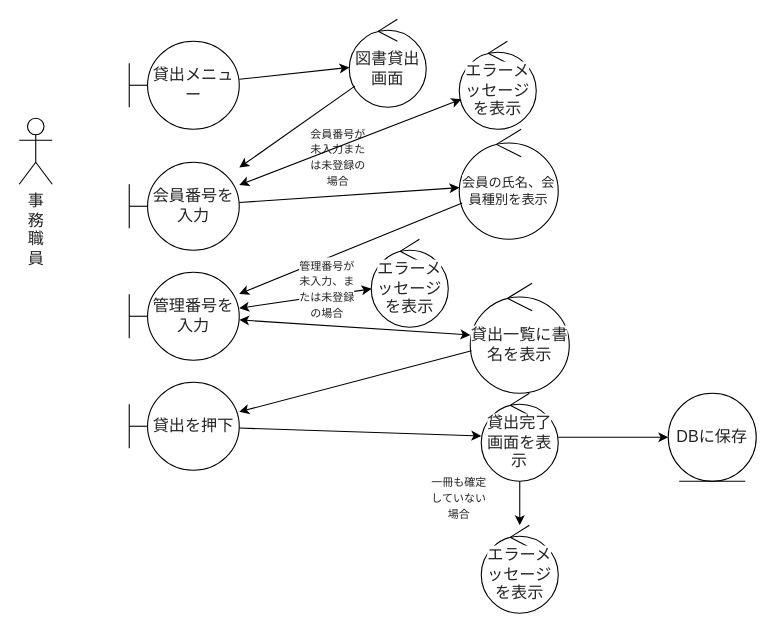
Before: roba_02.drawio in mameiku/group3-4-No.2, a draw.io diagram. Source tidied: cells renumbered, new cells numbered last; positions are measured from the earlier drawing's top-left corner, leaving out a move shared by most shapes. Both pictures are drawn from the tidied source at 110%, with x=0, y=0 at pixel (19, 19).
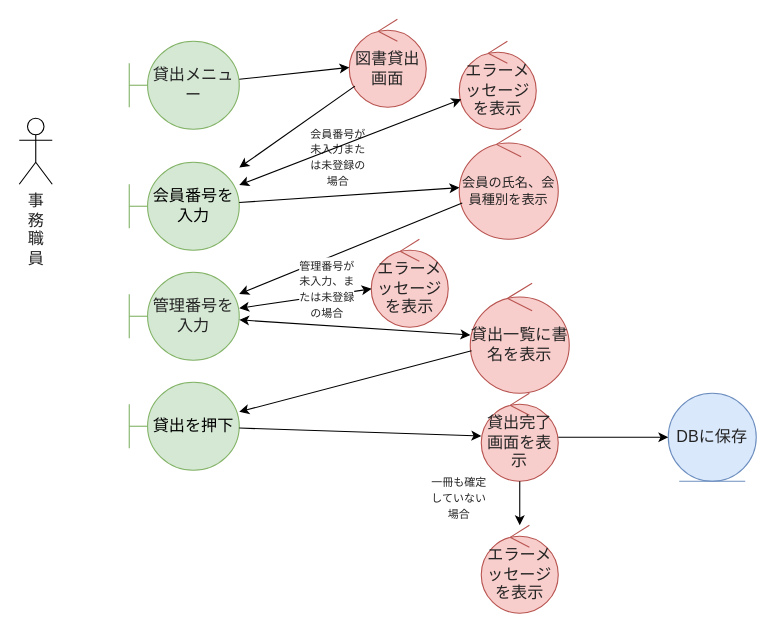
Above is the later version.

What changed in the source:
```diff
@@
-    <mxCell id="3" value="&lt;span style=&quot;color: rgb(36, 36, 36); font-family: &amp;quot;Yu Gothic&amp;quot;, &amp;quot;Meiryo UI&amp;quot;, &amp;quot;MS UI Gothic&amp;quot;, &amp;quot;MS PGothic&amp;quot;, &amp;quot;ＭＳ Ｐゴシック&amp;quot;, &amp;quot;MS Gothic&amp;quot;, &amp;quot;ＭＳ ゴシック&amp;quot;, Calibri, &amp;quot;sans-serif&amp;quot;, &amp;quot;Mongolian Baiti&amp;quot;, &amp;quot;Microsoft Yi Baiti&amp;quot;, &amp;quot;Javanese Text&amp;quot;; font-size: 14.6667px; text-align: left; white-space-collapse: preserve; background-color: rgb(255, 255, 255);&quot;&gt;貸出メニュー&lt;/span&gt;" style="shape=umlBoundary;whiteSpace=wrap;html=1;" parent="1" vertex="1">
+    <mxCell id="3" value="&lt;span style=&quot;color: rgb(36, 36, 36); font-family: &amp;quot;Yu Gothic&amp;quot;, &amp;quot;Meiryo UI&amp;quot;, &amp;quot;MS UI Gothic&amp;quot;, &amp;quot;MS PGothic&amp;quot;, &amp;quot;ＭＳ Ｐゴシック&amp;quot;, &amp;quot;MS Gothic&amp;quot;, &amp;quot;ＭＳ ゴシック&amp;quot;, Calibri, &amp;quot;sans-serif&amp;quot;, &amp;quot;Mongolian Baiti&amp;quot;, &amp;quot;Microsoft Yi Baiti&amp;quot;, &amp;quot;Javanese Text&amp;quot;; font-size: 14.6667px; text-align: left; white-space-collapse: preserve;&quot;&gt;貸出メニュー&lt;/span&gt;" style="shape=umlBoundary;whiteSpace=wrap;html=1;fillColor=#d5e8d4;strokeColor=#82b366;" parent="1" vertex="1">
       <mxGeometry x="100" y="20" width="100" height="80" as="geometry" />
     </mxCell>
-    <mxCell id="4" value="&lt;span style=&quot;color: rgb(36, 36, 36); font-family: &amp;quot;Yu Gothic&amp;quot;, &amp;quot;Meiryo UI&amp;quot;, &amp;quot;MS UI Gothic&amp;quot;, &amp;quot;MS PGothic&amp;quot;, &amp;quot;ＭＳ Ｐゴシック&amp;quot;, &amp;quot;MS Gothic&amp;quot;, &amp;quot;ＭＳ ゴシック&amp;quot;, Calibri, &amp;quot;sans-serif&amp;quot;, &amp;quot;Mongolian Baiti&amp;quot;, &amp;quot;Microsoft Yi Baiti&amp;quot;, &amp;quot;Javanese Text&amp;quot;; font-size: 14.6667px; text-align: left; white-space-collapse: preserve; background-color: rgb(255, 255, 255);&quot;&gt;会員番号を入力&lt;/span&gt;" style="shape=umlBoundary;whiteSpace=wrap;html=1;" parent="1" vertex="1">
+    <mxCell id="4" value="&lt;span style=&quot;font-family: &amp;quot;Yu Gothic&amp;quot;, &amp;quot;Meiryo UI&amp;quot;, &amp;quot;MS UI Gothic&amp;quot;, &amp;quot;MS PGothic&amp;quot;, &amp;quot;ＭＳ Ｐゴシック&amp;quot;, &amp;quot;MS Gothic&amp;quot;, &amp;quot;ＭＳ ゴシック&amp;quot;, Calibri, &amp;quot;sans-serif&amp;quot;, &amp;quot;Mongolian Baiti&amp;quot;, &amp;quot;Microsoft Yi Baiti&amp;quot;, &amp;quot;Javanese Text&amp;quot;; font-size: 14.6667px; text-align: left; white-space-collapse: preserve;&quot;&gt;会員番号を入力&lt;/span&gt;" style="shape=umlBoundary;whiteSpace=wrap;html=1;fillColor=#d5e8d4;strokeColor=#82b366;fontColor=default;labelBackgroundColor=none;" parent="1" vertex="1">
       <mxGeometry x="100" y="130" width="100" height="80" as="geometry" />
     </mxCell>
-    <mxCell id="5" value="&lt;span style=&quot;color: rgb(36, 36, 36); font-family: &amp;quot;Yu Gothic&amp;quot;, &amp;quot;Meiryo UI&amp;quot;, &amp;quot;MS UI Gothic&amp;quot;, &amp;quot;MS PGothic&amp;quot;, &amp;quot;ＭＳ Ｐゴシック&amp;quot;, &amp;quot;MS Gothic&amp;quot;, &amp;quot;ＭＳ ゴシック&amp;quot;, Calibri, &amp;quot;sans-serif&amp;quot;, &amp;quot;Mongolian Baiti&amp;quot;, &amp;quot;Microsoft Yi Baiti&amp;quot;, &amp;quot;Javanese Text&amp;quot;; font-size: 14.6667px; text-align: left; white-space-collapse: preserve; background-color: rgb(255, 255, 255);&quot;&gt;図書貸出画面&lt;/span&gt;" style="ellipse;shape=umlControl;whiteSpace=wrap;html=1;" parent="1" vertex="1">
+    <mxCell id="5" value="&lt;span style=&quot;color: rgb(36, 36, 36); font-family: &amp;quot;Yu Gothic&amp;quot;, &amp;quot;Meiryo UI&amp;quot;, &amp;quot;MS UI Gothic&amp;quot;, &amp;quot;MS PGothic&amp;quot;, &amp;quot;ＭＳ Ｐゴシック&amp;quot;, &amp;quot;MS Gothic&amp;quot;, &amp;quot;ＭＳ ゴシック&amp;quot;, Calibri, &amp;quot;sans-serif&amp;quot;, &amp;quot;Mongolian Baiti&amp;quot;, &amp;quot;Microsoft Yi Baiti&amp;quot;, &amp;quot;Javanese Text&amp;quot;; font-size: 14.6667px; text-align: left; white-space-collapse: preserve;&quot;&gt;図書貸出画面&lt;/span&gt;" style="ellipse;shape=umlControl;whiteSpace=wrap;html=1;fillColor=#f8cecc;strokeColor=#b85450;labelBackgroundColor=none;" parent="1" vertex="1">
       <mxGeometry x="300" width="70" height="80" as="geometry" />
     </mxCell>
-    <mxCell id="6" value="&lt;span style=&quot;color: rgb(36, 36, 36); font-family: &amp;quot;Yu Gothic&amp;quot;, &amp;quot;Meiryo UI&amp;quot;, &amp;quot;MS UI Gothic&amp;quot;, &amp;quot;MS PGothic&amp;quot;, &amp;quot;ＭＳ Ｐゴシック&amp;quot;, &amp;quot;MS Gothic&amp;quot;, &amp;quot;ＭＳ ゴシック&amp;quot;, Calibri, &amp;quot;sans-serif&amp;quot;, &amp;quot;Mongolian Baiti&amp;quot;, &amp;quot;Microsoft Yi Baiti&amp;quot;, &amp;quot;Javanese Text&amp;quot;; text-align: left; white-space-collapse: preserve; background-color: rgb(255, 255, 255);&quot;&gt;&lt;font style=&quot;font-size: 12px;&quot;&gt;会員の氏名、会員種別を表示&lt;/font&gt;&lt;/span&gt;" style="ellipse;shape=umlControl;whiteSpace=wrap;html=1;" parent="1" vertex="1">
+    <mxCell id="6" value="&lt;span style=&quot;color: rgb(36, 36, 36); font-family: &amp;quot;Yu Gothic&amp;quot;, &amp;quot;Meiryo UI&amp;quot;, &amp;quot;MS UI Gothic&amp;quot;, &amp;quot;MS PGothic&amp;quot;, &amp;quot;ＭＳ Ｐゴシック&amp;quot;, &amp;quot;MS Gothic&amp;quot;, &amp;quot;ＭＳ ゴシック&amp;quot;, Calibri, &amp;quot;sans-serif&amp;quot;, &amp;quot;Mongolian Baiti&amp;quot;, &amp;quot;Microsoft Yi Baiti&amp;quot;, &amp;quot;Javanese Text&amp;quot;; text-align: left; white-space-collapse: preserve;&quot;&gt;&lt;font style=&quot;font-size: 12px;&quot;&gt;会員の氏名、会員種別を表示&lt;/font&gt;&lt;/span&gt;" style="ellipse;shape=umlControl;whiteSpace=wrap;html=1;fillColor=#f8cecc;strokeColor=#b85450;labelBackgroundColor=none;" parent="1" vertex="1">
       <mxGeometry x="400" y="100" width="90" height="100" as="geometry" />
     </mxCell>
-    <mxCell id="7" value="&lt;span style=&quot;color: rgb(36, 36, 36); font-family: &amp;quot;Yu Gothic&amp;quot;, &amp;quot;Meiryo UI&amp;quot;, &amp;quot;MS UI Gothic&amp;quot;, &amp;quot;MS PGothic&amp;quot;, &amp;quot;ＭＳ Ｐゴシック&amp;quot;, &amp;quot;MS Gothic&amp;quot;, &amp;quot;ＭＳ ゴシック&amp;quot;, Calibri, &amp;quot;sans-serif&amp;quot;, &amp;quot;Mongolian Baiti&amp;quot;, &amp;quot;Microsoft Yi Baiti&amp;quot;, &amp;quot;Javanese Text&amp;quot;; font-size: 14.6667px; text-align: left; white-space-collapse: preserve; background-color: rgb(255, 255, 255);&quot;&gt;管理番号を入力&lt;/span&gt;" style="shape=umlBoundary;whiteSpace=wrap;html=1;" parent="1" vertex="1">
+    <mxCell id="7" value="&lt;span style=&quot;color: rgb(36, 36, 36); font-family: &amp;quot;Yu Gothic&amp;quot;, &amp;quot;Meiryo UI&amp;quot;, &amp;quot;MS UI Gothic&amp;quot;, &amp;quot;MS PGothic&amp;quot;, &amp;quot;ＭＳ Ｐゴシック&amp;quot;, &amp;quot;MS Gothic&amp;quot;, &amp;quot;ＭＳ ゴシック&amp;quot;, Calibri, &amp;quot;sans-serif&amp;quot;, &amp;quot;Mongolian Baiti&amp;quot;, &amp;quot;Microsoft Yi Baiti&amp;quot;, &amp;quot;Javanese Text&amp;quot;; font-size: 14.6667px; text-align: left; white-space-collapse: preserve;&quot;&gt;管理番号を入力&lt;/span&gt;" style="shape=umlBoundary;whiteSpace=wrap;html=1;fillColor=#d5e8d4;strokeColor=#82b366;labelBackgroundColor=none;" parent="1" vertex="1">
       <mxGeometry x="100" y="230" width="100" height="80" as="geometry" />
     </mxCell>
-    <mxCell id="8" value="&lt;span style=&quot;color: rgb(36, 36, 36); font-family: &amp;quot;Yu Gothic&amp;quot;, &amp;quot;Meiryo UI&amp;quot;, &amp;quot;MS UI Gothic&amp;quot;, &amp;quot;MS PGothic&amp;quot;, &amp;quot;ＭＳ Ｐゴシック&amp;quot;, &amp;quot;MS Gothic&amp;quot;, &amp;quot;ＭＳ ゴシック&amp;quot;, Calibri, &amp;quot;sans-serif&amp;quot;, &amp;quot;Mongolian Baiti&amp;quot;, &amp;quot;Microsoft Yi Baiti&amp;quot;, &amp;quot;Javanese Text&amp;quot;; font-size: 14.6667px; text-align: left; white-space-collapse: preserve; background-color: rgb(255, 255, 255);&quot;&gt;貸出一覧に書名を表示&lt;/span&gt;" style="ellipse;shape=umlControl;whiteSpace=wrap;html=1;" parent="1" vertex="1">
+    <mxCell id="8" value="&lt;span style=&quot;color: rgb(36, 36, 36); font-family: &amp;quot;Yu Gothic&amp;quot;, &amp;quot;Meiryo UI&amp;quot;, &amp;quot;MS UI Gothic&amp;quot;, &amp;quot;MS PGothic&amp;quot;, &amp;quot;ＭＳ Ｐゴシック&amp;quot;, &amp;quot;MS Gothic&amp;quot;, &amp;quot;ＭＳ ゴシック&amp;quot;, Calibri, &amp;quot;sans-serif&amp;quot;, &amp;quot;Mongolian Baiti&amp;quot;, &amp;quot;Microsoft Yi Baiti&amp;quot;, &amp;quot;Javanese Text&amp;quot;; font-size: 14.6667px; text-align: left; white-space-collapse: preserve;&quot;&gt;貸出一覧に書名を表示&lt;/span&gt;" style="ellipse;shape=umlControl;whiteSpace=wrap;html=1;fillColor=#f8cecc;strokeColor=#b85450;labelBackgroundColor=none;" parent="1" vertex="1">
       <mxGeometry x="410" y="240" width="90" height="100" as="geometry" />
     </mxCell>
@@
-    <mxCell id="13" value="&lt;span style=&quot;color: rgb(36, 36, 36); font-family: &amp;quot;Yu Gothic&amp;quot;, &amp;quot;Meiryo UI&amp;quot;, &amp;quot;MS UI Gothic&amp;quot;, &amp;quot;MS PGothic&amp;quot;, &amp;quot;ＭＳ Ｐゴシック&amp;quot;, &amp;quot;MS Gothic&amp;quot;, &amp;quot;ＭＳ ゴシック&amp;quot;, Calibri, &amp;quot;sans-serif&amp;quot;, &amp;quot;Mongolian Baiti&amp;quot;, &amp;quot;Microsoft Yi Baiti&amp;quot;, &amp;quot;Javanese Text&amp;quot;; font-size: 14.6667px; text-align: left; white-space-collapse: preserve; background-color: rgb(255, 255, 255);&quot;&gt;貸出完了画面を表示&lt;/span&gt;" style="ellipse;shape=umlControl;whiteSpace=wrap;html=1;" parent="1" vertex="1">
+    <mxCell id="13" value="&lt;span style=&quot;color: rgb(36, 36, 36); font-family: &amp;quot;Yu Gothic&amp;quot;, &amp;quot;Meiryo UI&amp;quot;, &amp;quot;MS UI Gothic&amp;quot;, &amp;quot;MS PGothic&amp;quot;, &amp;quot;ＭＳ Ｐゴシック&amp;quot;, &amp;quot;MS Gothic&amp;quot;, &amp;quot;ＭＳ ゴシック&amp;quot;, Calibri, &amp;quot;sans-serif&amp;quot;, &amp;quot;Mongolian Baiti&amp;quot;, &amp;quot;Microsoft Yi Baiti&amp;quot;, &amp;quot;Javanese Text&amp;quot;; font-size: 14.6667px; text-align: left; white-space-collapse: preserve;&quot;&gt;貸出完了画面を表示&lt;/span&gt;" style="ellipse;shape=umlControl;whiteSpace=wrap;html=1;fillColor=#f8cecc;strokeColor=#b85450;labelBackgroundColor=none;" parent="1" vertex="1">
       <mxGeometry x="420" y="340" width="70" height="80" as="geometry" />
     </mxCell>
-    <mxCell id="14" value="&lt;span style=&quot;color: rgb(36, 36, 36); font-family: &amp;quot;Yu Gothic&amp;quot;, &amp;quot;Meiryo UI&amp;quot;, &amp;quot;MS UI Gothic&amp;quot;, &amp;quot;MS PGothic&amp;quot;, &amp;quot;ＭＳ Ｐゴシック&amp;quot;, &amp;quot;MS Gothic&amp;quot;, &amp;quot;ＭＳ ゴシック&amp;quot;, Calibri, &amp;quot;sans-serif&amp;quot;, &amp;quot;Mongolian Baiti&amp;quot;, &amp;quot;Microsoft Yi Baiti&amp;quot;, &amp;quot;Javanese Text&amp;quot;; font-size: 14.6667px; text-align: left; white-space-collapse: preserve; background-color: rgb(255, 255, 255);&quot;&gt;エラーメッセージを表示&lt;/span&gt;" style="ellipse;shape=umlControl;whiteSpace=wrap;html=1;" parent="1" vertex="1">
+    <mxCell id="14" value="&lt;span style=&quot;color: rgb(36, 36, 36); font-family: &amp;quot;Yu Gothic&amp;quot;, &amp;quot;Meiryo UI&amp;quot;, &amp;quot;MS UI Gothic&amp;quot;, &amp;quot;MS PGothic&amp;quot;, &amp;quot;ＭＳ Ｐゴシック&amp;quot;, &amp;quot;MS Gothic&amp;quot;, &amp;quot;ＭＳ ゴシック&amp;quot;, Calibri, &amp;quot;sans-serif&amp;quot;, &amp;quot;Mongolian Baiti&amp;quot;, &amp;quot;Microsoft Yi Baiti&amp;quot;, &amp;quot;Javanese Text&amp;quot;; font-size: 14.6667px; text-align: left; white-space-collapse: preserve;&quot;&gt;エラーメッセージを表示&lt;/span&gt;" style="ellipse;shape=umlControl;whiteSpace=wrap;html=1;fillColor=#f8cecc;strokeColor=#b85450;labelBackgroundColor=none;" parent="1" vertex="1">
       <mxGeometry x="400" y="20" width="70" height="80" as="geometry" />
     </mxCell>
@@
-    <mxCell id="17" value="&lt;span style=&quot;color: rgb(36, 36, 36); font-family: &amp;quot;Yu Gothic&amp;quot;, &amp;quot;Meiryo UI&amp;quot;, &amp;quot;MS UI Gothic&amp;quot;, &amp;quot;MS PGothic&amp;quot;, &amp;quot;ＭＳ Ｐゴシック&amp;quot;, &amp;quot;MS Gothic&amp;quot;, &amp;quot;ＭＳ ゴシック&amp;quot;, Calibri, &amp;quot;sans-serif&amp;quot;, &amp;quot;Mongolian Baiti&amp;quot;, &amp;quot;Microsoft Yi Baiti&amp;quot;, &amp;quot;Javanese Text&amp;quot;; font-size: 14.6667px; text-align: left; white-space-collapse: preserve; background-color: rgb(255, 255, 255);&quot;&gt;エラーメッセージを表示&lt;/span&gt;" style="ellipse;shape=umlControl;whiteSpace=wrap;html=1;" parent="1" vertex="1">
+    <mxCell id="17" value="&lt;span style=&quot;color: rgb(36, 36, 36); font-family: &amp;quot;Yu Gothic&amp;quot;, &amp;quot;Meiryo UI&amp;quot;, &amp;quot;MS UI Gothic&amp;quot;, &amp;quot;MS PGothic&amp;quot;, &amp;quot;ＭＳ Ｐゴシック&amp;quot;, &amp;quot;MS Gothic&amp;quot;, &amp;quot;ＭＳ ゴシック&amp;quot;, Calibri, &amp;quot;sans-serif&amp;quot;, &amp;quot;Mongolian Baiti&amp;quot;, &amp;quot;Microsoft Yi Baiti&amp;quot;, &amp;quot;Javanese Text&amp;quot;; font-size: 14.6667px; text-align: left; white-space-collapse: preserve;&quot;&gt;エラーメッセージを表示&lt;/span&gt;" style="ellipse;shape=umlControl;whiteSpace=wrap;html=1;fillColor=#f8cecc;strokeColor=#b85450;labelBackgroundColor=none;" parent="1" vertex="1">
       <mxGeometry x="320" y="200" width="70" height="80" as="geometry" />
     </mxCell>
@@
-    <mxCell id="20" value="&lt;span style=&quot;color: rgb(36, 36, 36); font-family: &amp;quot;Yu Gothic&amp;quot;, &amp;quot;Meiryo UI&amp;quot;, &amp;quot;MS UI Gothic&amp;quot;, &amp;quot;MS PGothic&amp;quot;, &amp;quot;ＭＳ Ｐゴシック&amp;quot;, &amp;quot;MS Gothic&amp;quot;, &amp;quot;ＭＳ ゴシック&amp;quot;, Calibri, &amp;quot;sans-serif&amp;quot;, &amp;quot;Mongolian Baiti&amp;quot;, &amp;quot;Microsoft Yi Baiti&amp;quot;, &amp;quot;Javanese Text&amp;quot;; font-size: 14.6667px; text-align: left; white-space-collapse: preserve; background-color: rgb(255, 255, 255);&quot;&gt;貸出を押下&lt;/span&gt;" style="shape=umlBoundary;whiteSpace=wrap;html=1;" parent="1" vertex="1">
+    <mxCell id="20" value="&lt;span style=&quot;font-family: &amp;quot;Yu Gothic&amp;quot;, &amp;quot;Meiryo UI&amp;quot;, &amp;quot;MS UI Gothic&amp;quot;, &amp;quot;MS PGothic&amp;quot;, &amp;quot;ＭＳ Ｐゴシック&amp;quot;, &amp;quot;MS Gothic&amp;quot;, &amp;quot;ＭＳ ゴシック&amp;quot;, Calibri, &amp;quot;sans-serif&amp;quot;, &amp;quot;Mongolian Baiti&amp;quot;, &amp;quot;Microsoft Yi Baiti&amp;quot;, &amp;quot;Javanese Text&amp;quot;; font-size: 14.6667px; text-align: left; white-space-collapse: preserve;&quot;&gt;貸出を押下&lt;/span&gt;" style="shape=umlBoundary;whiteSpace=wrap;html=1;fillColor=#d5e8d4;strokeColor=#82b366;fontColor=default;labelBackgroundColor=none;" parent="1" vertex="1">
       <mxGeometry x="100" y="330" width="100" height="80" as="geometry" />
     </mxCell>
@@
-    <mxCell id="23" value="&lt;span style=&quot;color: rgb(36, 36, 36); font-family: &amp;quot;Yu Gothic&amp;quot;, &amp;quot;Meiryo UI&amp;quot;, &amp;quot;MS UI Gothic&amp;quot;, &amp;quot;MS PGothic&amp;quot;, &amp;quot;ＭＳ Ｐゴシック&amp;quot;, &amp;quot;MS Gothic&amp;quot;, &amp;quot;ＭＳ ゴシック&amp;quot;, Calibri, &amp;quot;sans-serif&amp;quot;, &amp;quot;Mongolian Baiti&amp;quot;, &amp;quot;Microsoft Yi Baiti&amp;quot;, &amp;quot;Javanese Text&amp;quot;; font-size: 14.6667px; text-align: left; white-space-collapse: preserve; background-color: rgb(255, 255, 255);&quot;&gt;DBに保存&lt;/span&gt;" style="ellipse;shape=umlEntity;whiteSpace=wrap;html=1;" parent="1" vertex="1">
+    <mxCell id="23" value="&lt;span style=&quot;color: rgb(36, 36, 36); font-family: &amp;quot;Yu Gothic&amp;quot;, &amp;quot;Meiryo UI&amp;quot;, &amp;quot;MS UI Gothic&amp;quot;, &amp;quot;MS PGothic&amp;quot;, &amp;quot;ＭＳ Ｐゴシック&amp;quot;, &amp;quot;MS Gothic&amp;quot;, &amp;quot;ＭＳ ゴシック&amp;quot;, Calibri, &amp;quot;sans-serif&amp;quot;, &amp;quot;Mongolian Baiti&amp;quot;, &amp;quot;Microsoft Yi Baiti&amp;quot;, &amp;quot;Javanese Text&amp;quot;; font-size: 14.6667px; text-align: left; white-space-collapse: preserve;&quot;&gt;DBに保存&lt;/span&gt;" style="ellipse;shape=umlEntity;whiteSpace=wrap;html=1;fillColor=#dae8fc;strokeColor=#6c8ebf;labelBackgroundColor=none;" parent="1" vertex="1">
       <mxGeometry x="590" y="340" width="80" height="80" as="geometry" />
     </mxCell>
@@
-    <mxCell id="25" value="&lt;span style=&quot;color: rgb(36, 36, 36); font-family: &amp;quot;Yu Gothic&amp;quot;, &amp;quot;Meiryo UI&amp;quot;, &amp;quot;MS UI Gothic&amp;quot;, &amp;quot;MS PGothic&amp;quot;, &amp;quot;ＭＳ Ｐゴシック&amp;quot;, &amp;quot;MS Gothic&amp;quot;, &amp;quot;ＭＳ ゴシック&amp;quot;, Calibri, &amp;quot;sans-serif&amp;quot;, &amp;quot;Mongolian Baiti&amp;quot;, &amp;quot;Microsoft Yi Baiti&amp;quot;, &amp;quot;Javanese Text&amp;quot;; font-size: 14.6667px; text-align: left; white-space-collapse: preserve; background-color: rgb(255, 255, 255);&quot;&gt;エラーメッセージを表示&lt;/span&gt;" style="ellipse;shape=umlControl;whiteSpace=wrap;html=1;" parent="1" vertex="1">
+    <mxCell id="25" value="&lt;span style=&quot;color: rgb(36, 36, 36); font-family: &amp;quot;Yu Gothic&amp;quot;, &amp;quot;Meiryo UI&amp;quot;, &amp;quot;MS UI Gothic&amp;quot;, &amp;quot;MS PGothic&amp;quot;, &amp;quot;ＭＳ Ｐゴシック&amp;quot;, &amp;quot;MS Gothic&amp;quot;, &amp;quot;ＭＳ ゴシック&amp;quot;, Calibri, &amp;quot;sans-serif&amp;quot;, &amp;quot;Mongolian Baiti&amp;quot;, &amp;quot;Microsoft Yi Baiti&amp;quot;, &amp;quot;Javanese Text&amp;quot;; font-size: 14.6667px; text-align: left; white-space-collapse: preserve;&quot;&gt;エラーメッセージを表示&lt;/span&gt;" style="ellipse;shape=umlControl;whiteSpace=wrap;html=1;fillColor=#f8cecc;strokeColor=#b85450;labelBackgroundColor=none;" parent="1" vertex="1">
       <mxGeometry x="420" y="460" width="70" height="80" as="geometry" />
     </mxCell>
```
